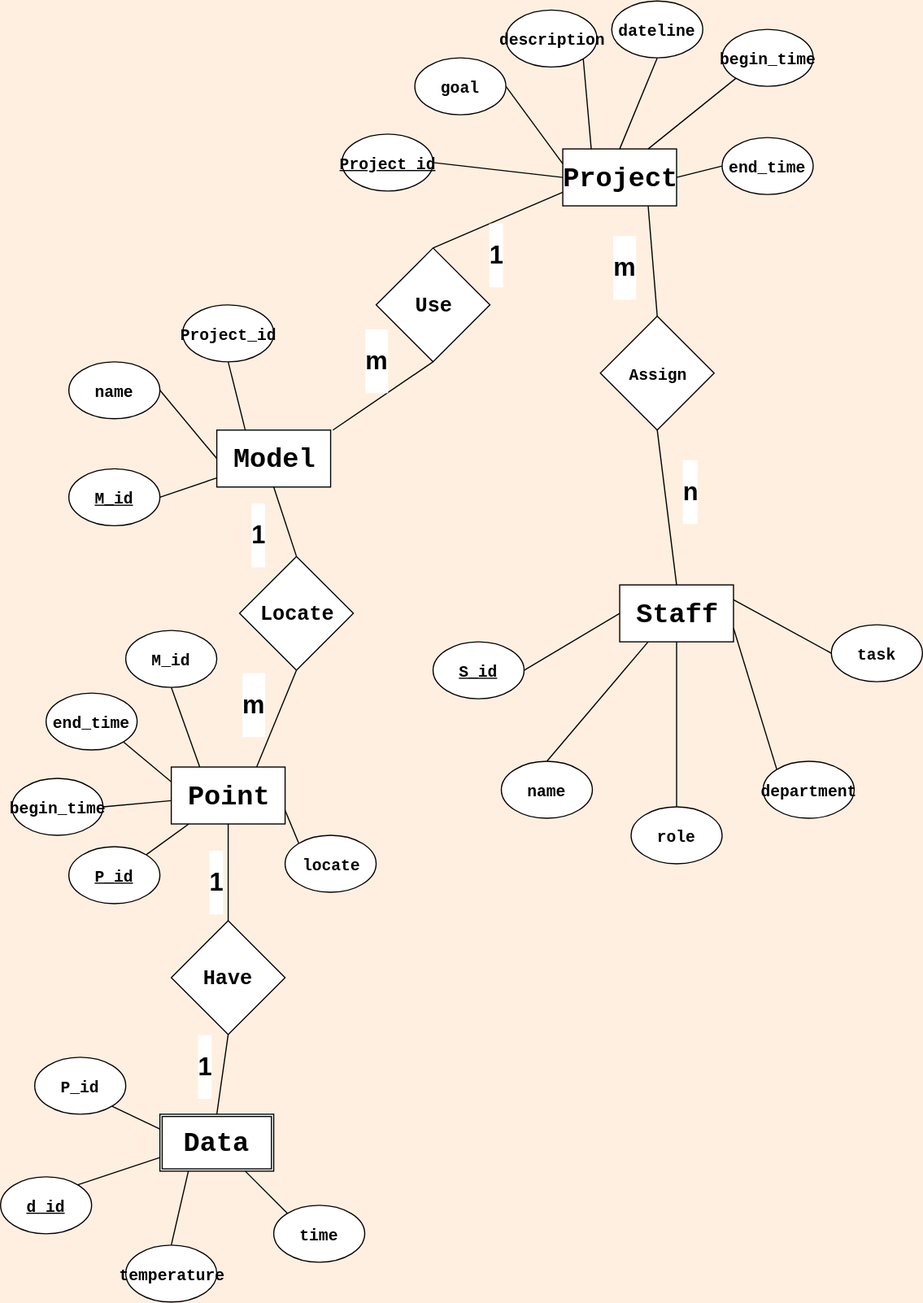
XBlueSky/Projector_test keeps this draw.io diagram as projector_test.svg. Above is the earlier version. Source tidied: cells renumbered, new cells last; positions are measured from the earlier drawing's top-left corner, leaving out a move shared by most shapes.
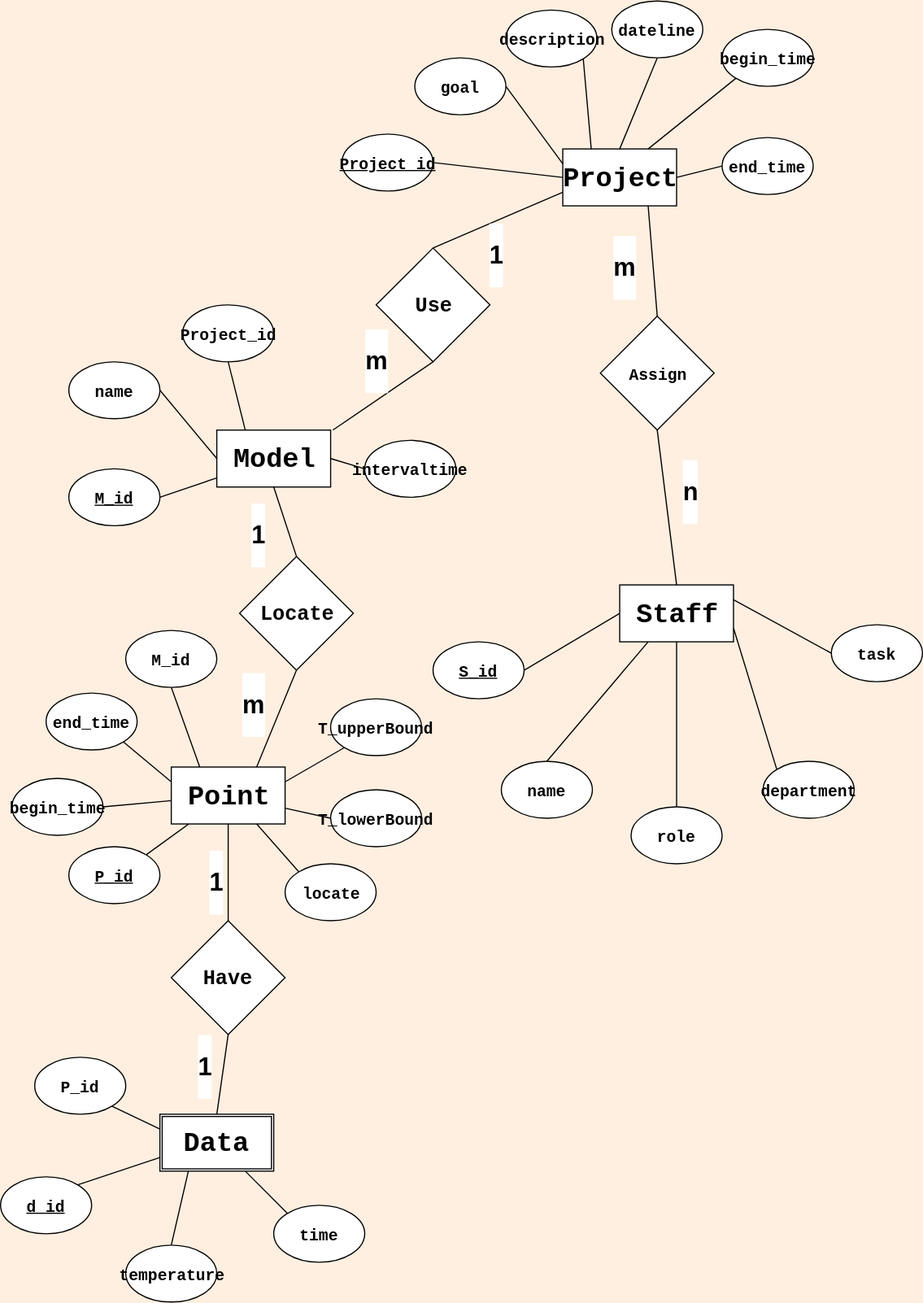
After the change.

The edit, as a diff of the source:
```diff
@@ -67,11 +67,11 @@
     <mxCell id="22" value="&lt;h3&gt;&lt;font face=&quot;Courier New&quot;&gt;begin_time&lt;/font&gt;&lt;/h3&gt;" style="ellipse;whiteSpace=wrap;html=1;" parent="1" vertex="1">
       <mxGeometry x="10" y="683" width="80" height="50" as="geometry" />
     </mxCell>
-    <mxCell id="23" style="edgeStyle=none;rounded=0;html=1;exitX=0;exitY=0;entryX=1;entryY=0.75;endArrow=none;endFill=0;jettySize=auto;" parent="1" edge="1" source="24" target="12">
+    <mxCell id="23" style="edgeStyle=none;rounded=0;html=1;exitX=0;exitY=0;entryX=0.75;entryY=1;endArrow=none;endFill=0;jettySize=auto;" parent="1" edge="1" source="24" target="12">
       <mxGeometry relative="1" as="geometry" />
     </mxCell>
     <mxCell id="24" value="&lt;h3&gt;&lt;font face=&quot;Courier New&quot;&gt;locate&lt;/font&gt;&lt;/h3&gt;" style="ellipse;whiteSpace=wrap;html=1;" parent="1" vertex="1">
-      <mxGeometry x="250" y="733" width="80" height="50" as="geometry" />
+      <mxGeometry x="250" y="758" width="80" height="50" as="geometry" />
     </mxCell>
     <mxCell id="25" value="&lt;h1&gt;&lt;font face=&quot;Courier New&quot;&gt;Model&lt;/font&gt;&lt;/h1&gt;" style="rounded=0;whiteSpace=wrap;html=1;" parent="1" vertex="1">
       <mxGeometry x="190" y="377" width="100" height="50" as="geometry" />
@@ -193,5 +193,23 @@
     <mxCell id="64" value="&lt;h1&gt;&lt;font face=&quot;Courier New&quot;&gt;Data&lt;/font&gt;&lt;/h1&gt;" style="shape=ext;double=1;rounded=0;whiteSpace=wrap;html=1;" parent="1" vertex="1">
       <mxGeometry x="140" y="978" width="100" height="50" as="geometry" />
     </mxCell>
+    <mxCell id="65" style="edgeStyle=none;rounded=0;html=1;exitX=0;exitY=0.5;endArrow=none;endFill=0;jettySize=auto;" parent="1" edge="1" source="66" target="12">
+      <mxGeometry relative="1" as="geometry" />
+    </mxCell>
+    <mxCell id="66" value="&lt;h3&gt;&lt;font face=&quot;Courier New&quot;&gt;T_lowerBound&lt;/font&gt;&lt;/h3&gt;" style="ellipse;whiteSpace=wrap;html=1;" parent="1" vertex="1">
+      <mxGeometry x="290" y="693" width="80" height="50" as="geometry" />
+    </mxCell>
+    <mxCell id="67" style="edgeStyle=none;rounded=0;html=1;exitX=0;exitY=1;entryX=1;entryY=0.25;endArrow=none;endFill=0;jettySize=auto;" parent="1" edge="1" source="68" target="12">
+      <mxGeometry relative="1" as="geometry" />
+    </mxCell>
+    <mxCell id="68" value="&lt;h3&gt;&lt;font face=&quot;Courier New&quot;&gt;T_upperBound&lt;/font&gt;&lt;/h3&gt;" style="ellipse;whiteSpace=wrap;html=1;" parent="1" vertex="1">
+      <mxGeometry x="290" y="613" width="80" height="50" as="geometry" />
+    </mxCell>
+    <mxCell id="69" style="edgeStyle=none;rounded=0;html=1;exitX=0;exitY=0.5;entryX=1;entryY=0.5;endArrow=none;endFill=0;jettySize=auto;" parent="1" edge="1" source="70" target="25">
+      <mxGeometry relative="1" as="geometry" />
+    </mxCell>
+    <mxCell id="70" value="&lt;h3&gt;&lt;font face=&quot;Courier New&quot;&gt;intervaltime&lt;/font&gt;&lt;/h3&gt;" style="ellipse;whiteSpace=wrap;html=1;" parent="1" vertex="1">
+      <mxGeometry x="320" y="386" width="80" height="50" as="geometry" />
+    </mxCell>
   </root>
 </mxGraphModel>
```
